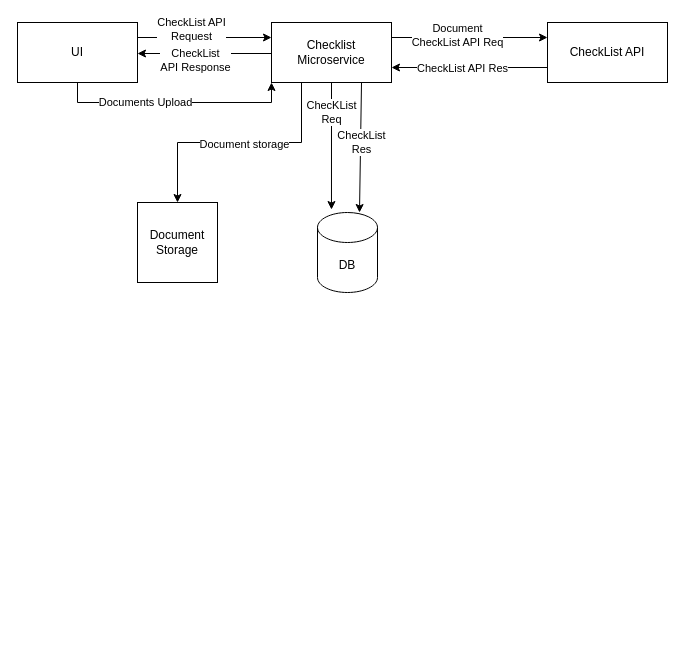
Bobiology/system-designs keeps this draw.io diagram as page "HLD" (1 of 2) of Ezy- Document Checklist.drawio. Above is the earlier version. Source tidied: cells renumbered, new cells numbered last; positions are measured from the earlier drawing's top-left corner, leaving out a move shared by most shapes. Both pictures are drawn from the tidied source at 100%, with x=0, y=0 at pixel (17, 22).
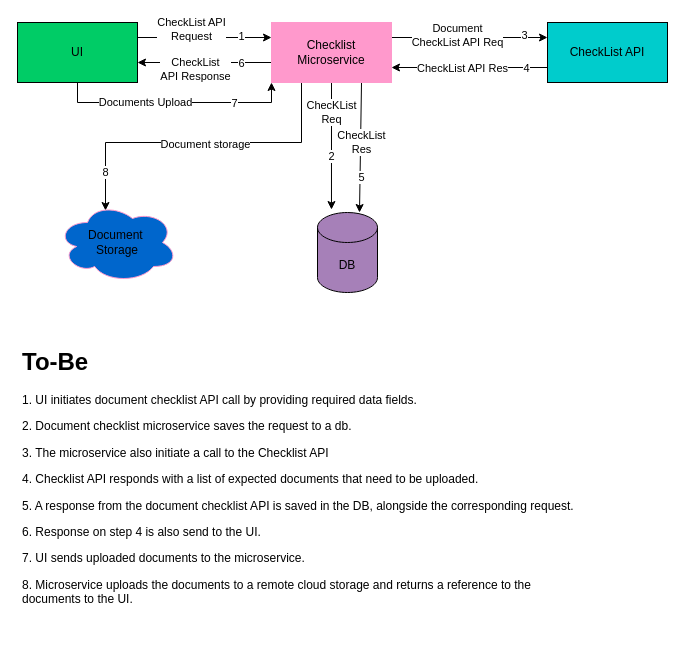
After the change.

The change refers to these unchanged cells:
```xml
<mxCell id="2" style="edgeStyle=none;rounded=0;jettySize=auto;html=1;exitX=1;exitY=0.25;exitDx=0;exitDy=0;entryX=0;entryY=0.25;entryDx=0;entryDy=0;" parent="1" edge="1" source="6" target="17">
  <mxGeometry relative="1" as="geometry" />
</mxCell>
<mxCell id="4" style="edgeStyle=orthogonalEdgeStyle;rounded=0;jettySize=auto;html=1;exitX=0.5;exitY=1;exitDx=0;exitDy=0;entryX=0;entryY=1;entryDx=0;entryDy=0;" parent="1" edge="1" source="6" target="17">
  <mxGeometry relative="1" as="geometry" />
</mxCell>
<mxCell id="7" style="edgeStyle=none;rounded=0;jettySize=auto;html=1;exitX=1;exitY=0.25;exitDx=0;exitDy=0;entryX=0;entryY=0.25;entryDx=0;entryDy=0;" parent="1" edge="1" source="17" target="20">
  <mxGeometry relative="1" as="geometry" />
</mxCell>
<mxCell id="9" style="edgeStyle=none;rounded=0;jettySize=auto;html=1;exitX=0.75;exitY=1;exitDx=0;exitDy=0;entryX=0.7;entryY=0;entryDx=0;entryDy=0;entryPerimeter=0;" parent="1" edge="1" source="17" target="21">
  <mxGeometry relative="1" as="geometry" />
</mxCell>
<mxCell id="11" style="edgeStyle=none;rounded=0;jettySize=auto;html=1;exitX=0.5;exitY=1;exitDx=0;exitDy=0;entryX=0.233;entryY=-0.037;entryDx=0;entryDy=0;entryPerimeter=0;" parent="1" edge="1" source="17" target="21">
  <mxGeometry relative="1" as="geometry" />
</mxCell>
<mxCell id="18" style="edgeStyle=none;rounded=0;jettySize=auto;html=1;exitX=0;exitY=0.75;exitDx=0;exitDy=0;entryX=1;entryY=0.75;entryDx=0;entryDy=0;" parent="1" edge="1" source="20" target="17">
  <mxGeometry relative="1" as="geometry" />
</mxCell>
```

The edit, as a diff of the source:
```diff
@@
+    <mxCell id="23" value="1" style="edgeLabel;html=1;align=center;verticalAlign=middle;strokeColor=#B5739D;" parent="2" vertex="1">
+      <mxGeometry x="0.54" y="1" relative="1" as="geometry" />
+    </mxCell>
@@
+    <mxCell id="24" value="7" style="edgeLabel;html=1;align=center;verticalAlign=middle;" parent="4" vertex="1">
+      <mxGeometry x="0.5" relative="1" as="geometry" />
+    </mxCell>
-    <mxCell id="6" value="UI" style="rounded=0;whiteSpace=wrap;html=1;" parent="1" vertex="1">
+    <mxCell id="6" value="UI" style="rounded=0;whiteSpace=wrap;html=1;fillColor=#00CC66;" parent="1" vertex="1">
       <mxGeometry width="120" height="60" as="geometry" />
     </mxCell>
@@
+    <mxCell id="25" value="3" style="edgeLabel;html=1;align=center;verticalAlign=middle;" parent="7" vertex="1">
+      <mxGeometry x="0.69" y="2" relative="1" as="geometry" />
+    </mxCell>
@@
+    <mxCell id="26" value="5" style="edgeLabel;html=1;align=center;verticalAlign=middle;" parent="9" vertex="1">
+      <mxGeometry x="0.45" y="1" relative="1" as="geometry" />
+    </mxCell>
@@
+    <mxCell id="27" value="2" style="edgeLabel;html=1;align=center;verticalAlign=middle;" parent="11" vertex="1">
+      <mxGeometry x="0.17" relative="1" as="geometry" />
+    </mxCell>
-    <mxCell id="13" style="edgeStyle=orthogonalEdgeStyle;rounded=0;jettySize=auto;html=1;exitX=0.25;exitY=1;exitDx=0;exitDy=0;entryX=0.5;entryY=0;entryDx=0;entryDy=0;" parent="1" edge="1" source="17" target="22">
+    <mxCell id="13" style="edgeStyle=orthogonalEdgeStyle;rounded=0;jettySize=auto;html=1;exitX=0.25;exitY=1;exitDx=0;exitDy=0;entryX=0.4;entryY=0.1;entryDx=0;entryDy=0;entryPerimeter=0;" parent="1" edge="1" source="17" target="22">
       <mxGeometry relative="1" as="geometry" />
     </mxCell>
@@
+    <mxCell id="28" value="8" style="edgeLabel;html=1;align=center;verticalAlign=middle;" parent="13" vertex="1">
+      <mxGeometry x="0.76" y="-1" relative="1" as="geometry" />
+    </mxCell>
     <mxCell id="15" style="edgeStyle=none;rounded=0;orthogonalLoop=1;jettySize=auto;html=1;exitX=0;exitY=0.75;exitDx=0;exitDy=0;entryX=1;entryY=0.75;entryDx=0;entryDy=0;" parent="1" edge="1">
       <mxGeometry relative="1" as="geometry">
-        <mxPoint x="254" y="31" as="sourcePoint" />
-        <mxPoint x="120" y="31" as="targetPoint" />
+        <mxPoint x="254" y="40" as="sourcePoint" />
+        <mxPoint x="120" y="40" as="targetPoint" />
       </mxGeometry>
     </mxCell>
@@
+    <mxCell id="29" value="6" style="edgeLabel;html=1;align=center;verticalAlign=middle;" parent="15" vertex="1">
+      <mxGeometry x="-0.54" relative="1" as="geometry" />
+    </mxCell>
-    <mxCell id="17" value="Checklist&lt;br&gt;Microservice" style="rounded=0;whiteSpace=wrap;html=1;" parent="1" vertex="1">
+    <mxCell id="17" value="Checklist&lt;br&gt;Microservice" style="rounded=0;whiteSpace=wrap;html=1;strokeColor=#FF99CC;fillColor=#FF99CC;" parent="1" vertex="1">
       <mxGeometry x="254" width="120" height="60" as="geometry" />
     </mxCell>
@@
+    <mxCell id="30" value="4" style="edgeLabel;html=1;align=center;verticalAlign=middle;" parent="18" vertex="1">
+      <mxGeometry x="-0.72" relative="1" as="geometry" />
+    </mxCell>
-    <mxCell id="20" value="CheckList API" style="rounded=0;whiteSpace=wrap;html=1;" parent="1" vertex="1">
+    <mxCell id="20" value="CheckList API" style="rounded=0;whiteSpace=wrap;html=1;fillColor=#00CCCC;" parent="1" vertex="1">
       <mxGeometry x="530" width="120" height="60" as="geometry" />
     </mxCell>
-    <mxCell id="21" value="DB" style="shape=cylinder3;whiteSpace=wrap;html=1;boundedLbl=1;backgroundOutline=1;size=15;" parent="1" vertex="1">
+    <mxCell id="21" value="DB" style="shape=cylinder3;whiteSpace=wrap;html=1;boundedLbl=1;backgroundOutline=1;size=15;fillColor=#A680B8;" parent="1" vertex="1">
       <mxGeometry x="300" y="190" width="60" height="80" as="geometry" />
     </mxCell>
+    <mxCell id="31" value="&lt;h1&gt;To-Be&lt;/h1&gt;&lt;p&gt;1. UI initiates document checklist API call by providing required data fields.&lt;/p&gt;&lt;p&gt;2. Document checklist microservice saves the request to a db.&lt;/p&gt;&lt;p&gt;3. The microservice also initiate a call to the Checklist API&lt;/p&gt;&lt;p&gt;4. Checklist API responds with a list of expected documents that need to be uploaded.&lt;/p&gt;&lt;p&gt;5. A response from the document checklist API is saved in the DB, alongside the corresponding request.&lt;/p&gt;&lt;p&gt;6. Response on step 4 is also send to the UI.&lt;/p&gt;&lt;p&gt;7. UI sends uploaded documents to the microservice.&lt;/p&gt;&lt;p&gt;8. Microservice uploads the documents to a remote cloud storage and returns a reference to the documents to the UI.&lt;/p&gt;" style="text;html=1;strokeColor=none;fillColor=none;spacing=5;spacingTop=-20;whiteSpace=wrap;overflow=hidden;rounded=0;" parent="1" vertex="1">
+      <mxGeometry y="320" width="560" height="300" as="geometry" />
+    </mxCell>
-    <mxCell id="22" value="Document Storage" style="whiteSpace=wrap;html=1;" parent="1" vertex="1">
-      <mxGeometry x="120" y="180" width="80" height="80" as="geometry" />
+    <mxCell id="22" value="Document&amp;nbsp;&lt;br&gt;Storage" style="ellipse;shape=cloud;whiteSpace=wrap;html=1;strokeColor=#FF99CC;fillColor=#0066CC;" parent="1" vertex="1">
+      <mxGeometry x="40" y="180" width="120" height="80" as="geometry" />
     </mxCell>
```
